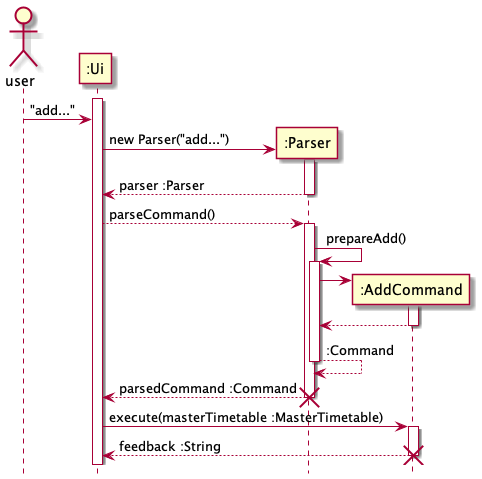
This is docs/images/AddCommandSequenceDiagram.png from nus-cs2113-AY2122S2/tp, a PlantUML export, as it was before one commit.
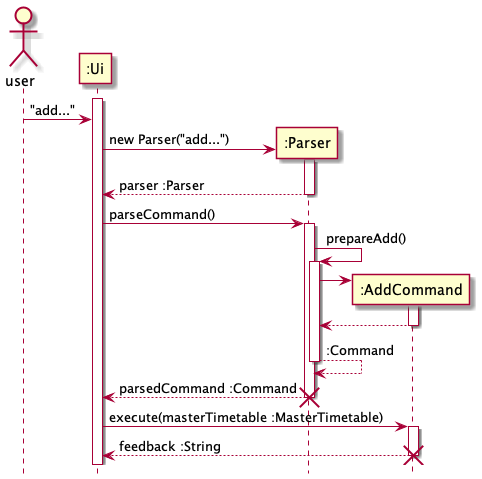
After the commit.

Commit message:
Change sequence diagram

What changed in the source:
```diff
@@ -14,7 +14,7 @@
 Ui <-- Parser : parser :Parser
 deactivate Parser
 
-Ui --> Parser : parseCommand()
+Ui -> Parser : parseCommand()
 activate Parser
 
 Parser -> Parser : prepareAdd()
```
